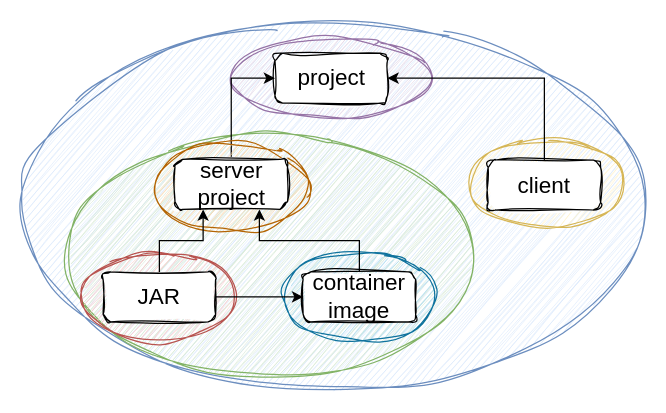
kineticfire-labs/semver-multi keeps this draw.io diagram as resources/multiple-artifact-version-solution2-semver-multi.drawio. Above is the earlier version. Source tidied: cells renumbered, new cells numbered last; positions are measured from the earlier drawing's top-left corner, leaving out a move shared by most shapes. Both pictures are drawn from the tidied source at 125%, with x=0, y=0 at pixel (21, 21).
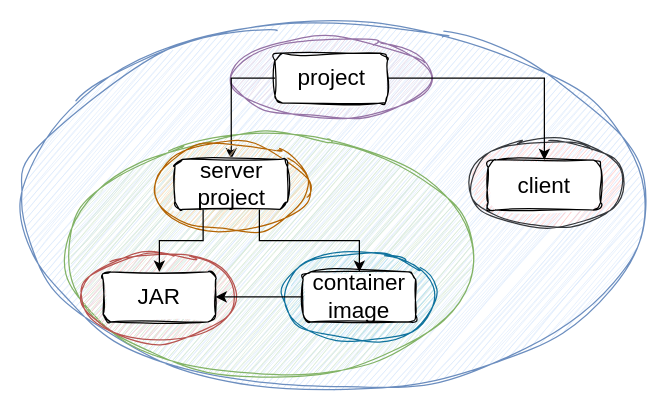
The same page after the edit.

Commit message:
docs(p): update drawio diagram, arrows

Diff of the diagram source:
```diff
@@
 <mxGraphModel>
   <root>
     <mxCell id="0" />
     <mxCell id="1" parent="0" />
     <mxCell id="2" style="ellipse;whiteSpace=wrap;html=1;fillColor=#dae8fc;strokeColor=#6c8ebf;sketch=1;curveFitting=1;jiggle=2;" parent="1" vertex="1">
       <mxGeometry width="498" height="295" as="geometry" />
     </mxCell>
     <mxCell id="3" style="ellipse;whiteSpace=wrap;html=1;fillColor=#e1d5e7;strokeColor=#9673a6;sketch=1;curveFitting=1;jiggle=2;" parent="1" vertex="1">
       <mxGeometry x="167.5" y="12.5" width="160" height="65" as="geometry" />
     </mxCell>
-    <mxCell id="4" style="ellipse;whiteSpace=wrap;html=1;fillColor=#fff2cc;strokeColor=#d6b656;sketch=1;curveFitting=1;jiggle=2;" parent="1" vertex="1">
+    <mxCell id="4" style="ellipse;whiteSpace=wrap;html=1;fillColor=#ffcccc;strokeColor=#36393d;sketch=1;curveFitting=1;jiggle=2;" parent="1" vertex="1">
       <mxGeometry x="358" y="94.5" width="124" height="71" as="geometry" />
     </mxCell>
     <mxCell id="5" style="ellipse;whiteSpace=wrap;html=1;fillColor=#d5e8d4;strokeColor=#82b366;sketch=1;curveFitting=1;jiggle=2;" parent="1" vertex="1">
       <mxGeometry x="36" y="90" width="326" height="194" as="geometry" />
     </mxCell>
     <mxCell id="6" value="&lt;font style=&quot;font-size: 18px;&quot;&gt;project&lt;/font&gt;" style="rounded=1;whiteSpace=wrap;html=1;sketch=1;curveFitting=1;jiggle=2;" parent="1" vertex="1">
       <mxGeometry x="202.5" y="25" width="90" height="40" as="geometry" />
     </mxCell>
-    <mxCell id="7" style="edgeStyle=orthogonalEdgeStyle;rounded=0;jettySize=auto;html=1;exitX=0.5;exitY=0;exitDx=0;exitDy=0;entryX=0;entryY=0.5;entryDx=0;entryDy=0;" parent="1" edge="1" source="13" target="6">
+    <mxCell id="7" style="edgeStyle=orthogonalEdgeStyle;rounded=0;jettySize=auto;html=1;exitX=0.5;exitY=0;exitDx=0;exitDy=0;entryX=0;entryY=0.5;entryDx=0;entryDy=0;startArrow=classic;startFill=1;endArrow=none;endFill=0;" parent="1" edge="1" source="13" target="6">
       <mxGeometry relative="1" as="geometry" />
     </mxCell>
-    <mxCell id="8" style="edgeStyle=orthogonalEdgeStyle;rounded=0;jettySize=auto;html=1;exitX=0.5;exitY=0;exitDx=0;exitDy=0;entryX=1;entryY=0.5;entryDx=0;entryDy=0;" parent="1" edge="1" source="9" target="6">
+    <mxCell id="8" style="edgeStyle=orthogonalEdgeStyle;rounded=0;jettySize=auto;html=1;exitX=0.5;exitY=0;exitDx=0;exitDy=0;entryX=1;entryY=0.5;entryDx=0;entryDy=0;startArrow=classic;startFill=1;endArrow=none;endFill=0;" parent="1" edge="1" source="9" target="6">
       <mxGeometry relative="1" as="geometry" />
     </mxCell>
     <mxCell id="9" value="&lt;font style=&quot;font-size: 18px;&quot;&gt;client&lt;/font&gt;" style="rounded=1;whiteSpace=wrap;html=1;sketch=1;curveFitting=1;jiggle=2;" parent="1" vertex="1">
       <mxGeometry x="373" y="110.5" width="90" height="40" as="geometry" />
     </mxCell>
     <mxCell id="10" style="ellipse;whiteSpace=wrap;html=1;fillColor=#f8cecc;strokeColor=#b85450;sketch=1;curveFitting=1;jiggle=2;" parent="1" vertex="1">
       <mxGeometry x="48" y="184.5" width="124" height="71" as="geometry" />
     </mxCell>
     <mxCell id="11" style="ellipse;whiteSpace=wrap;html=1;fillColor=#fad7ac;strokeColor=#b46504;sketch=1;curveFitting=1;jiggle=2;" parent="1" vertex="1">
       <mxGeometry x="105.5" y="97" width="124" height="71" as="geometry" />
     </mxCell>
     <mxCell id="12" style="ellipse;whiteSpace=wrap;html=1;fillColor=#b1ddf0;strokeColor=#10739e;sketch=1;curveFitting=1;jiggle=2;" parent="1" vertex="1">
       <mxGeometry x="208" y="184.5" width="124" height="71" as="geometry" />
     </mxCell>
     <mxCell id="13" value="&lt;font style=&quot;font-size: 18px;&quot;&gt;server project&lt;/font&gt;" style="rounded=1;whiteSpace=wrap;html=1;sketch=1;curveFitting=1;jiggle=2;" parent="1" vertex="1">
       <mxGeometry x="122.5" y="110" width="90" height="40" as="geometry" />
     </mxCell>
-    <mxCell id="14" style="edgeStyle=orthogonalEdgeStyle;rounded=0;jettySize=auto;html=1;exitX=1;exitY=0.5;exitDx=0;exitDy=0;entryX=0;entryY=0.5;entryDx=0;entryDy=0;" parent="1" edge="1" source="16" target="18">
+    <mxCell id="14" style="edgeStyle=orthogonalEdgeStyle;rounded=0;jettySize=auto;html=1;exitX=1;exitY=0.5;exitDx=0;exitDy=0;entryX=0;entryY=0.5;entryDx=0;entryDy=0;startArrow=classic;startFill=1;endArrow=none;endFill=0;" parent="1" edge="1" source="16" target="18">
       <mxGeometry relative="1" as="geometry" />
     </mxCell>
-    <mxCell id="15" style="edgeStyle=orthogonalEdgeStyle;rounded=0;jettySize=auto;html=1;exitX=0.5;exitY=0;exitDx=0;exitDy=0;entryX=0.25;entryY=1;entryDx=0;entryDy=0;" parent="1" edge="1" source="16" target="13">
+    <mxCell id="15" style="edgeStyle=orthogonalEdgeStyle;rounded=0;jettySize=auto;html=1;exitX=0.5;exitY=0;exitDx=0;exitDy=0;entryX=0.25;entryY=1;entryDx=0;entryDy=0;startArrow=classic;startFill=1;endArrow=none;endFill=0;" parent="1" edge="1" source="16" target="13">
       <mxGeometry relative="1" as="geometry" />
     </mxCell>
     <mxCell id="16" value="&lt;font style=&quot;font-size: 18px;&quot;&gt;JAR&lt;/font&gt;" style="rounded=1;whiteSpace=wrap;html=1;sketch=1;curveFitting=1;jiggle=2;" parent="1" vertex="1">
       <mxGeometry x="65" y="200" width="90" height="40" as="geometry" />
     </mxCell>
+    <mxCell id="18" value="&lt;font style=&quot;font-size: 18px;&quot;&gt;container image&lt;/font&gt;" style="rounded=1;whiteSpace=wrap;html=1;sketch=1;curveFitting=1;jiggle=2;" parent="1" vertex="1">
+      <mxGeometry x="225" y="200" width="90" height="40" as="geometry" />
+    </mxCell>
-    <mxCell id="17" style="edgeStyle=orthogonalEdgeStyle;rounded=0;jettySize=auto;html=1;exitX=0.5;exitY=0;exitDx=0;exitDy=0;entryX=0.75;entryY=1;entryDx=0;entryDy=0;" parent="1" edge="1" source="18" target="13">
+    <mxCell id="17" style="edgeStyle=orthogonalEdgeStyle;rounded=0;jettySize=auto;html=1;exitX=0.5;exitY=0;exitDx=0;exitDy=0;entryX=0.75;entryY=1;entryDx=0;entryDy=0;startArrow=classic;startFill=1;endArrow=none;endFill=0;" parent="1" edge="1" source="18" target="13">
       <mxGeometry relative="1" as="geometry" />
     </mxCell>
-    <mxCell id="18" value="&lt;font style=&quot;font-size: 18px;&quot;&gt;container image&lt;/font&gt;" style="rounded=1;whiteSpace=wrap;html=1;sketch=1;curveFitting=1;jiggle=2;" parent="1" vertex="1">
-      <mxGeometry x="225" y="200" width="90" height="40" as="geometry" />
-    </mxCell>
   </root>
 </mxGraphModel>
```
